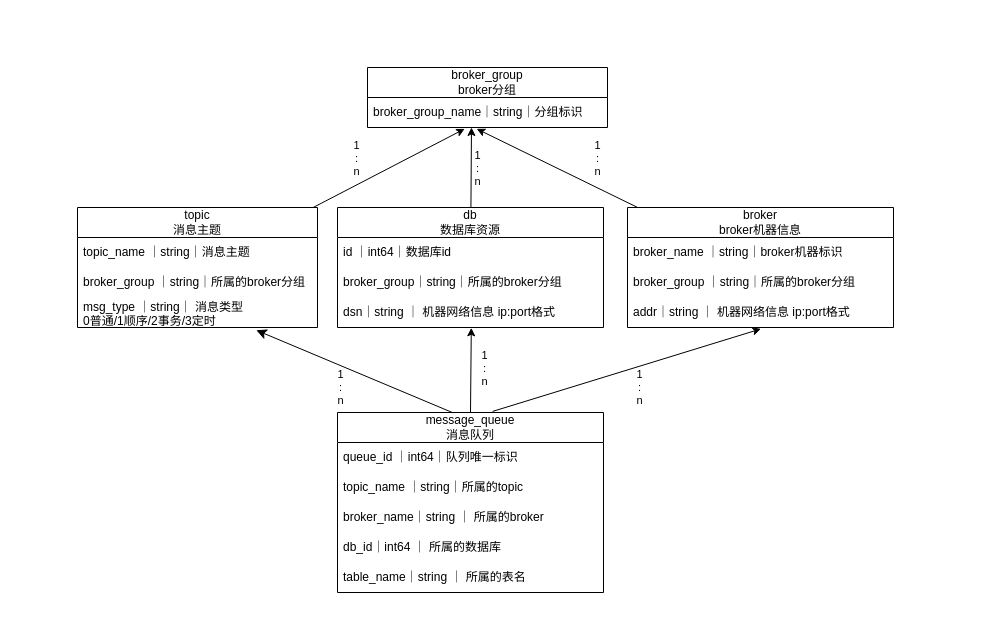
CompassA/tomatomq keeps this draw.io diagram as docs/admin_model.drawio. Above is the earlier version. Source tidied: cells renumbered, new cells numbered last; positions are measured from the earlier drawing's top-left corner, leaving out a move shared by most shapes. Both pictures are drawn from the tidied source at 100%, with x=0, y=0 at pixel (17, 17).
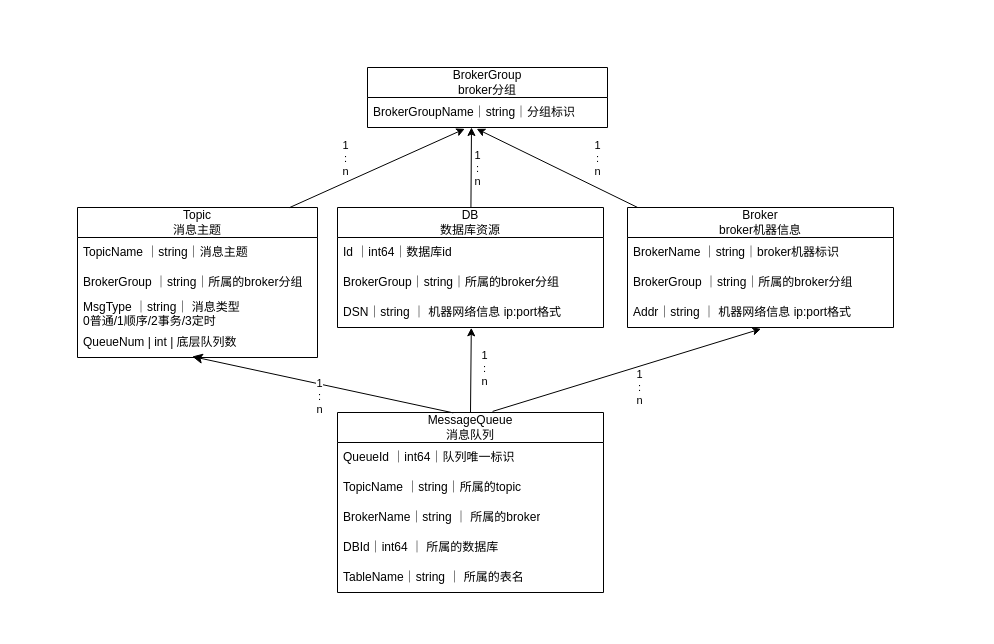
The same page after the edit.

What changed in the source:
```diff
@@
-    <mxCell id="2" value="broker_group&lt;div&gt;broker分组&lt;/div&gt;" style="swimlane;fontStyle=0;horizontal=1;startSize=30;whiteSpace=wrap;html=1;rounded=0;" parent="1" vertex="1">
+    <mxCell id="2" value="BrokerGroup&lt;div&gt;broker分组&lt;/div&gt;" style="swimlane;fontStyle=0;horizontal=1;startSize=30;whiteSpace=wrap;html=1;rounded=0;" parent="1" vertex="1">
       <mxGeometry x="350" y="50" width="240" height="60" as="geometry" />
     </mxCell>
-    <mxCell id="3" value="broker_group_name｜&lt;span style=&quot;color: rgb(0, 0, 0);&quot;&gt;string｜分组标识&lt;/span&gt;" style="text;strokeColor=none;fillColor=none;align=left;verticalAlign=middle;spacingLeft=4;spacingRight=4;overflow=hidden;points=[[0,0.5],[1,0.5]];portConstraint=eastwest;whiteSpace=wrap;html=1;rounded=0;" parent="2" vertex="1">
+    <mxCell id="3" value="BrokerGroupName｜&lt;span style=&quot;color: rgb(0, 0, 0);&quot;&gt;string｜分组标识&lt;/span&gt;" style="text;strokeColor=none;fillColor=none;align=left;verticalAlign=middle;spacingLeft=4;spacingRight=4;overflow=hidden;points=[[0,0.5],[1,0.5]];portConstraint=eastwest;whiteSpace=wrap;html=1;rounded=0;" parent="2" vertex="1">
       <mxGeometry y="30" width="240" height="30" as="geometry" />
     </mxCell>
-    <mxCell id="4" value="broker&lt;div&gt;broker机器信息&lt;/div&gt;" style="swimlane;fontStyle=0;horizontal=1;startSize=30;whiteSpace=wrap;html=1;rounded=0;" parent="1" vertex="1">
+    <mxCell id="4" value="Broker&lt;div&gt;broker机器信息&lt;/div&gt;" style="swimlane;fontStyle=0;horizontal=1;startSize=30;whiteSpace=wrap;html=1;rounded=0;" parent="1" vertex="1">
       <mxGeometry x="610" y="190" width="266" height="120" as="geometry" />
     </mxCell>
-    <mxCell id="5" value="broker_name ｜string｜broker机器标识" style="text;strokeColor=none;fillColor=none;align=left;verticalAlign=middle;spacingLeft=4;spacingRight=4;overflow=hidden;whiteSpace=wrap;html=1;rounded=0;" parent="4" vertex="1">
+    <mxCell id="5" value="BrokerName ｜string｜broker机器标识" style="text;strokeColor=none;fillColor=none;align=left;verticalAlign=middle;spacingLeft=4;spacingRight=4;overflow=hidden;whiteSpace=wrap;html=1;rounded=0;" parent="4" vertex="1">
       <mxGeometry y="30" width="266" height="30" as="geometry" />
     </mxCell>
-    <mxCell id="6" value="broker_group ｜string｜所属的broker分组" style="text;strokeColor=none;fillColor=none;align=left;verticalAlign=middle;spacingLeft=4;spacingRight=4;overflow=hidden;whiteSpace=wrap;html=1;rounded=0;" parent="4" vertex="1">
+    <mxCell id="6" value="BrokerGroup ｜string｜所属的broker分组" style="text;strokeColor=none;fillColor=none;align=left;verticalAlign=middle;spacingLeft=4;spacingRight=4;overflow=hidden;whiteSpace=wrap;html=1;rounded=0;" parent="4" vertex="1">
       <mxGeometry y="60" width="266" height="30" as="geometry" />
     </mxCell>
-    <mxCell id="7" value="addr｜string ｜ 机器网络信息 ip:port格式" style="text;strokeColor=none;fillColor=none;align=left;verticalAlign=middle;spacingLeft=4;spacingRight=4;overflow=hidden;points=[[0,0.5],[1,0.5]];portConstraint=eastwest;whiteSpace=wrap;html=1;rounded=0;" parent="4" vertex="1">
+    <mxCell id="7" value="Addr｜string ｜ 机器网络信息 ip:port格式" style="text;strokeColor=none;fillColor=none;align=left;verticalAlign=middle;spacingLeft=4;spacingRight=4;overflow=hidden;points=[[0,0.5],[1,0.5]];portConstraint=eastwest;whiteSpace=wrap;html=1;rounded=0;" parent="4" vertex="1">
       <mxGeometry y="90" width="266" height="30" as="geometry" />
     </mxCell>
-    <mxCell id="8" value="topic&lt;br&gt;&lt;div&gt;消息主题&lt;/div&gt;" style="swimlane;fontStyle=0;horizontal=1;startSize=30;whiteSpace=wrap;html=1;rounded=0;" parent="1" vertex="1">
-      <mxGeometry x="60" y="190" width="240" height="120" as="geometry" />
+    <mxCell id="8" value="Topic&lt;br&gt;&lt;div&gt;消息主题&lt;/div&gt;" style="swimlane;fontStyle=0;horizontal=1;startSize=30;whiteSpace=wrap;html=1;rounded=0;" parent="1" vertex="1">
+      <mxGeometry x="60" y="190" width="240" height="150" as="geometry" />
     </mxCell>
-    <mxCell id="9" value="topic_name ｜string｜消息主题" style="text;strokeColor=none;fillColor=none;align=left;verticalAlign=middle;spacingLeft=4;spacingRight=4;overflow=hidden;whiteSpace=wrap;html=1;rounded=0;" parent="8" vertex="1">
+    <mxCell id="9" value="TopicName ｜string｜消息主题" style="text;strokeColor=none;fillColor=none;align=left;verticalAlign=middle;spacingLeft=4;spacingRight=4;overflow=hidden;whiteSpace=wrap;html=1;rounded=0;" parent="8" vertex="1">
       <mxGeometry y="30" width="240" height="30" as="geometry" />
     </mxCell>
-    <mxCell id="10" value="broker_group ｜string｜所属的broker分组" style="text;strokeColor=none;fillColor=none;align=left;verticalAlign=middle;spacingLeft=4;spacingRight=4;overflow=hidden;whiteSpace=wrap;html=1;rounded=0;" parent="8" vertex="1">
+    <mxCell id="10" value="BrokerGroup ｜string｜所属的broker分组" style="text;strokeColor=none;fillColor=none;align=left;verticalAlign=middle;spacingLeft=4;spacingRight=4;overflow=hidden;whiteSpace=wrap;html=1;rounded=0;" parent="8" vertex="1">
       <mxGeometry y="60" width="240" height="30" as="geometry" />
     </mxCell>
-    <mxCell id="11" value="&lt;span style=&quot;color: rgb(0, 0, 0);&quot;&gt;msg_type ｜string｜ 消息类型&lt;/span&gt;&lt;div&gt;&lt;span style=&quot;background-color: transparent;&quot;&gt;0普通/1顺序/2事务/3定时&lt;/span&gt;&lt;/div&gt;" style="text;strokeColor=none;fillColor=none;align=left;verticalAlign=middle;spacingLeft=4;spacingRight=4;overflow=hidden;points=[[0,0.5],[1,0.5]];portConstraint=eastwest;whiteSpace=wrap;html=1;rounded=0;" parent="8" vertex="1">
+    <mxCell id="11" value="&lt;span style=&quot;color: rgb(0, 0, 0);&quot;&gt;MsgType ｜string｜ 消息类型&lt;/span&gt;&lt;div&gt;&lt;span style=&quot;background-color: transparent;&quot;&gt;0普通/1顺序/2事务/3定时&lt;/span&gt;&lt;/div&gt;" style="text;strokeColor=none;fillColor=none;align=left;verticalAlign=middle;spacingLeft=4;spacingRight=4;overflow=hidden;points=[[0,0.5],[1,0.5]];portConstraint=eastwest;whiteSpace=wrap;html=1;rounded=0;" parent="8" vertex="1">
       <mxGeometry y="90" width="240" height="30" as="geometry" />
     </mxCell>
+    <mxCell id="36" value="QueueNum | int | 底层队列数" style="text;strokeColor=none;fillColor=none;align=left;verticalAlign=middle;spacingLeft=4;spacingRight=4;overflow=hidden;points=[[0,0.5],[1,0.5]];portConstraint=eastwest;whiteSpace=wrap;html=1;rounded=0;" parent="8" vertex="1">
+      <mxGeometry y="120" width="240" height="30" as="geometry" />
+    </mxCell>
@@
-    <mxCell id="14" value="message_queue&lt;br&gt;&lt;div&gt;消息队列&lt;/div&gt;" style="swimlane;fontStyle=0;horizontal=1;startSize=30;whiteSpace=wrap;html=1;rounded=0;" parent="1" vertex="1">
+    <mxCell id="14" value="MessageQueue&lt;br&gt;&lt;div&gt;消息队列&lt;/div&gt;" style="swimlane;fontStyle=0;horizontal=1;startSize=30;whiteSpace=wrap;html=1;rounded=0;" parent="1" vertex="1">
       <mxGeometry x="320" y="395" width="266" height="180" as="geometry" />
     </mxCell>
-    <mxCell id="15" value="queue_id ｜int64｜队列唯一标识" style="text;strokeColor=none;fillColor=none;align=left;verticalAlign=middle;spacingLeft=4;spacingRight=4;overflow=hidden;whiteSpace=wrap;html=1;rounded=0;" parent="14" vertex="1">
+    <mxCell id="15" value="QueueId ｜int64｜队列唯一标识" style="text;strokeColor=none;fillColor=none;align=left;verticalAlign=middle;spacingLeft=4;spacingRight=4;overflow=hidden;whiteSpace=wrap;html=1;rounded=0;" parent="14" vertex="1">
       <mxGeometry y="30" width="266" height="30" as="geometry" />
     </mxCell>
-    <mxCell id="16" value="topic_name ｜string｜所属的topic" style="text;strokeColor=none;fillColor=none;align=left;verticalAlign=middle;spacingLeft=4;spacingRight=4;overflow=hidden;whiteSpace=wrap;html=1;rounded=0;" parent="14" vertex="1">
+    <mxCell id="16" value="TopicName ｜string｜所属的topic" style="text;strokeColor=none;fillColor=none;align=left;verticalAlign=middle;spacingLeft=4;spacingRight=4;overflow=hidden;whiteSpace=wrap;html=1;rounded=0;" parent="14" vertex="1">
       <mxGeometry y="60" width="266" height="30" as="geometry" />
     </mxCell>
-    <mxCell id="17" value="broker_name｜string ｜ 所属的broker" style="text;strokeColor=none;fillColor=none;align=left;verticalAlign=middle;spacingLeft=4;spacingRight=4;overflow=hidden;whiteSpace=wrap;html=1;rounded=0;" parent="14" vertex="1">
+    <mxCell id="17" value="BrokerName｜string ｜ 所属的broker" style="text;strokeColor=none;fillColor=none;align=left;verticalAlign=middle;spacingLeft=4;spacingRight=4;overflow=hidden;whiteSpace=wrap;html=1;rounded=0;" parent="14" vertex="1">
       <mxGeometry y="90" width="266" height="30" as="geometry" />
     </mxCell>
-    <mxCell id="18" value="db_id｜int64 ｜ 所属的数据库" style="text;strokeColor=none;fillColor=none;align=left;verticalAlign=middle;spacingLeft=4;spacingRight=4;overflow=hidden;whiteSpace=wrap;html=1;rounded=0;" parent="14" vertex="1">
+    <mxCell id="18" value="DBId｜int64 ｜ 所属的数据库" style="text;strokeColor=none;fillColor=none;align=left;verticalAlign=middle;spacingLeft=4;spacingRight=4;overflow=hidden;whiteSpace=wrap;html=1;rounded=0;" parent="14" vertex="1">
       <mxGeometry y="120" width="266" height="30" as="geometry" />
     </mxCell>
-    <mxCell id="19" value="table_name｜string ｜ 所属的表名" style="text;strokeColor=none;fillColor=none;align=left;verticalAlign=middle;spacingLeft=4;spacingRight=4;overflow=hidden;whiteSpace=wrap;html=1;rounded=0;" parent="14" vertex="1">
+    <mxCell id="19" value="TableName｜string ｜ 所属的表名" style="text;strokeColor=none;fillColor=none;align=left;verticalAlign=middle;spacingLeft=4;spacingRight=4;overflow=hidden;whiteSpace=wrap;html=1;rounded=0;" parent="14" vertex="1">
       <mxGeometry y="150" width="266" height="30" as="geometry" />
     </mxCell>
-    <mxCell id="20" value="db&lt;div&gt;数据库资源&lt;/div&gt;" style="swimlane;fontStyle=0;horizontal=1;startSize=30;whiteSpace=wrap;html=1;rounded=0;" parent="1" vertex="1">
+    <mxCell id="20" value="DB&lt;br&gt;&lt;div&gt;数据库资源&lt;/div&gt;" style="swimlane;fontStyle=0;horizontal=1;startSize=30;whiteSpace=wrap;html=1;rounded=0;" parent="1" vertex="1">
       <mxGeometry x="320" y="190" width="266" height="120" as="geometry" />
     </mxCell>
-    <mxCell id="21" value="id ｜int64｜数据库id" style="text;strokeColor=none;fillColor=none;align=left;verticalAlign=middle;spacingLeft=4;spacingRight=4;overflow=hidden;whiteSpace=wrap;html=1;rounded=0;" parent="20" vertex="1">
+    <mxCell id="21" value="Id ｜int64｜数据库id" style="text;strokeColor=none;fillColor=none;align=left;verticalAlign=middle;spacingLeft=4;spacingRight=4;overflow=hidden;whiteSpace=wrap;html=1;rounded=0;" parent="20" vertex="1">
       <mxGeometry y="30" width="266" height="30" as="geometry" />
     </mxCell>
-    <mxCell id="22" value="broker_group｜string｜所属的broker分组" style="text;strokeColor=none;fillColor=none;align=left;verticalAlign=middle;spacingLeft=4;spacingRight=4;overflow=hidden;whiteSpace=wrap;html=1;rounded=0;" parent="20" vertex="1">
+    <mxCell id="22" value="BrokerGroup｜string｜所属的broker分组" style="text;strokeColor=none;fillColor=none;align=left;verticalAlign=middle;spacingLeft=4;spacingRight=4;overflow=hidden;whiteSpace=wrap;html=1;rounded=0;" parent="20" vertex="1">
       <mxGeometry y="60" width="266" height="30" as="geometry" />
     </mxCell>
-    <mxCell id="23" value="dsn｜string ｜ 机器网络信息 ip:port格式" style="text;strokeColor=none;fillColor=none;align=left;verticalAlign=middle;spacingLeft=4;spacingRight=4;overflow=hidden;points=[[0,0.5],[1,0.5]];portConstraint=eastwest;whiteSpace=wrap;html=1;rounded=0;" parent="20" vertex="1">
+    <mxCell id="23" value="DSN｜string ｜ 机器网络信息 ip:port格式" style="text;strokeColor=none;fillColor=none;align=left;verticalAlign=middle;spacingLeft=4;spacingRight=4;overflow=hidden;points=[[0,0.5],[1,0.5]];portConstraint=eastwest;whiteSpace=wrap;html=1;rounded=0;" parent="20" vertex="1">
       <mxGeometry y="90" width="266" height="30" as="geometry" />
     </mxCell>
@@
-    <mxCell id="28" style="edgeStyle=none;html=1;entryX=0.405;entryY=1.045;entryDx=0;entryDy=0;entryPerimeter=0;rounded=0;" parent="1" edge="1" source="8" target="3">
+    <mxCell id="28" style="edgeStyle=none;html=1;entryX=0.405;entryY=1.045;entryDx=0;entryDy=0;entryPerimeter=0;rounded=0;exitX=0.883;exitY=0.001;exitDx=0;exitDy=0;exitPerimeter=0;" parent="1" edge="1" source="8" target="3">
       <mxGeometry relative="1" as="geometry" />
     </mxCell>
@@
-    <mxCell id="30" style="elbow=vertical;endArrow=classic;html=1;rounded=0;endSize=8;startSize=8;exitX=0.435;exitY=0.002;exitDx=0;exitDy=0;exitPerimeter=0;entryX=0.745;entryY=1.091;entryDx=0;entryDy=0;entryPerimeter=0;" parent="1" edge="1" source="14" target="11">
+    <mxCell id="30" style="elbow=vertical;endArrow=classic;html=1;rounded=0;endSize=8;startSize=8;exitX=0.435;exitY=0.002;exitDx=0;exitDy=0;exitPerimeter=0;entryX=0.478;entryY=0.967;entryDx=0;entryDy=0;entryPerimeter=0;" parent="1" edge="1" source="14" target="36">
       <mxGeometry relative="1" as="geometry" />
     </mxCell>
```
